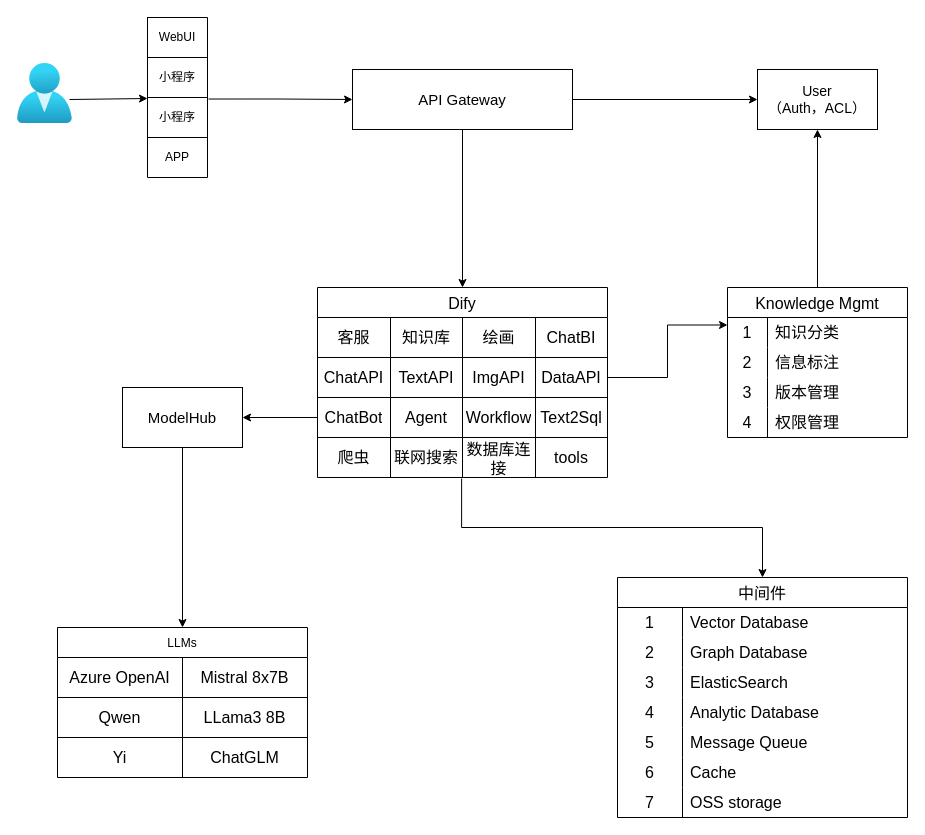
leestar991/agi-proxy keeps this draw.io diagram as public/未命名绘图.drawio. Above is the earlier version. Source tidied: cells renumbered, new cells numbered last; positions are measured from the earlier drawing's top-left corner, leaving out a move shared by most shapes. Both pictures are drawn from the tidied source at 100%, with x=0, y=0 at pixel (17, 17).
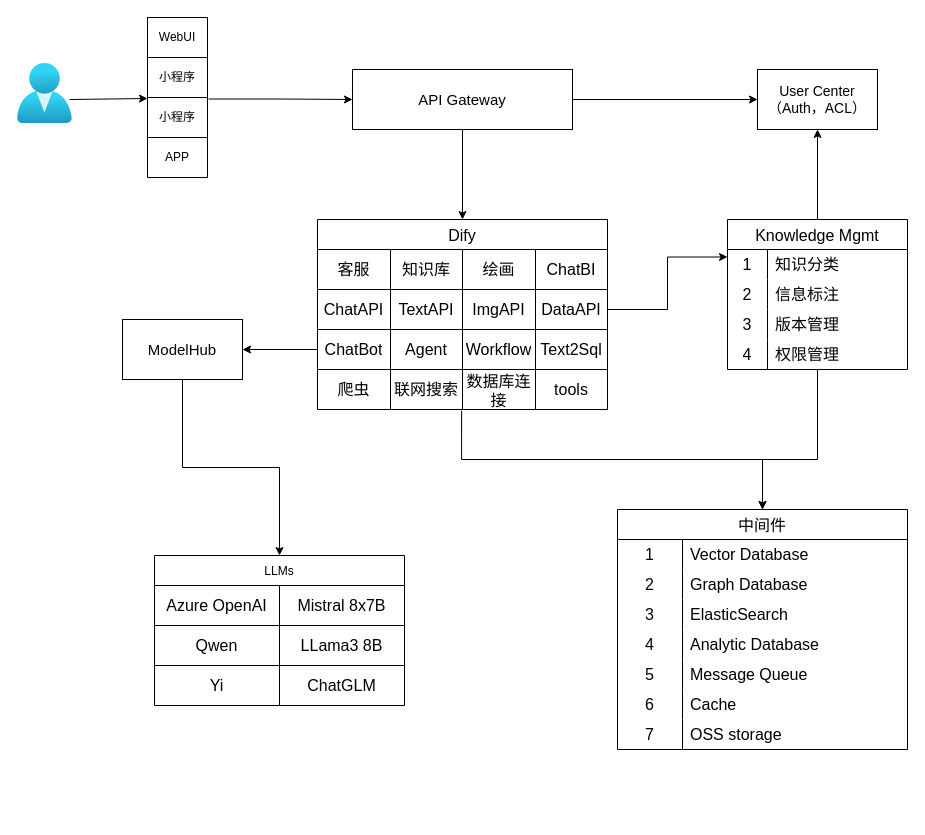
The same page after the edit.

Commit message (it also covers changes not shown here):
更新未命名绘图.drawio

Change to the diagram source:
```diff
@@
     <mxCell id="14" value="Dify" style="shape=table;startSize=30;childLayout=tableLayout;strokeColor=default;fontSize=16;" parent="1" vertex="1">
-      <mxGeometry x="300" y="270" width="290" height="190" as="geometry" />
+      <mxGeometry x="300" y="202" width="290" height="190" as="geometry" />
     </mxCell>
@@
     <mxCell id="35" value="中间件" style="shape=table;startSize=30;childLayout=tableLayout;rowLines=0;fontStyle=0;strokeColor=default;fontSize=16;" parent="1" vertex="1">
-      <mxGeometry x="600" y="560" width="290" height="240" as="geometry" />
+      <mxGeometry x="600" y="492" width="290" height="240" as="geometry" />
     </mxCell>
@@
     <mxCell id="59" value="ModelHub" style="rounded=0;whiteSpace=wrap;html=1;fontSize=15;" parent="1" vertex="1">
-      <mxGeometry x="105" y="370" width="120" height="60" as="geometry" />
+      <mxGeometry x="105" y="302" width="120" height="60" as="geometry" />
     </mxCell>
@@
     <mxCell id="62" value="LLMs" style="shape=table;startSize=30;childLayout=tableLayout;strokeColor=default;" parent="1" vertex="1">
-      <mxGeometry x="40" y="610" width="250" height="150" as="geometry" />
+      <mxGeometry x="137" y="538" width="250" height="150" as="geometry" />
     </mxCell>
@@
+    <mxCell id="93" style="edgeStyle=orthogonalEdgeStyle;rounded=0;jettySize=auto;html=1;entryX=0.5;entryY=0;entryDx=0;entryDy=0;" parent="1" edge="1" source="73" target="35">
+      <mxGeometry relative="1" as="geometry">
+        <Array as="points">
+          <mxPoint x="800" y="442" />
+          <mxPoint x="745" y="442" />
+        </Array>
+      </mxGeometry>
+    </mxCell>
     <mxCell id="73" value="Knowledge Mgmt" style="shape=table;startSize=30;childLayout=tableLayout;rowLines=0;fontStyle=0;strokeColor=default;fontSize=16;" parent="1" vertex="1">
-      <mxGeometry x="710" y="270" width="180" height="150" as="geometry" />
+      <mxGeometry x="710" y="202" width="180" height="150" as="geometry" />
     </mxCell>
@@
-    <mxCell id="90" value="User&lt;div style=&quot;font-size: 14px;&quot;&gt;（Auth，ACL）&lt;/div&gt;" style="rounded=0;whiteSpace=wrap;html=1;fontSize=14;" parent="1" vertex="1">
+    <mxCell id="90" value="User Center&lt;div style=&quot;font-size: 14px;&quot;&gt;（Auth，ACL）&lt;/div&gt;" style="rounded=0;whiteSpace=wrap;html=1;fontSize=14;" parent="1" vertex="1">
       <mxGeometry x="740" y="52" width="120" height="60" as="geometry" />
     </mxCell>
```
